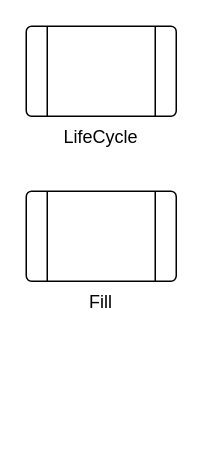
Before: NotifyPointOfSale.drawio in suzuki-taro-29/FRP-chap4-diagrams, a draw.io diagram. Source tidied: cells renumbered, new cells numbered last; positions are measured from the earlier drawing's top-left corner, leaving out a move shared by most shapes. Both pictures are drawn from the tidied source at 150%, with x=0, y=0 at pixel (26, 26).
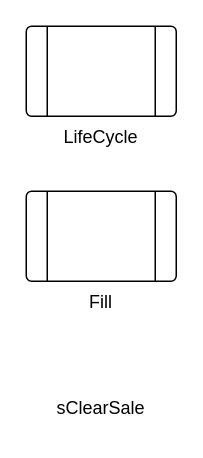
The same diagram, later.

Commit message (it also covers changes not shown here):
NotifyPointOfSale.drawio を更新します

Diff of the diagram source:
```diff
@@
 <mxGraphModel>
   <root>
     <mxCell id="0" />
     <mxCell id="1" parent="0" />
     <mxCell id="2" value="LifeCycle" style="verticalLabelPosition=bottom;verticalAlign=top;html=1;shape=process;whiteSpace=wrap;rounded=1;size=0.14;arcSize=6;" parent="1" vertex="1">
       <mxGeometry width="100" height="60" as="geometry" />
     </mxCell>
     <mxCell id="3" value="Fill" style="verticalLabelPosition=bottom;verticalAlign=top;html=1;shape=process;whiteSpace=wrap;rounded=1;size=0.14;arcSize=6;" parent="1" vertex="1">
       <mxGeometry y="110" width="100" height="60" as="geometry" />
     </mxCell>
+    <mxCell id="4" value="sClearSale" style="text;html=1;align=center;verticalAlign=middle;whiteSpace=wrap;rounded=0;" parent="1" vertex="1">
+      <mxGeometry x="20" y="240" width="60" height="30" as="geometry" />
+    </mxCell>
   </root>
 </mxGraphModel>
```
